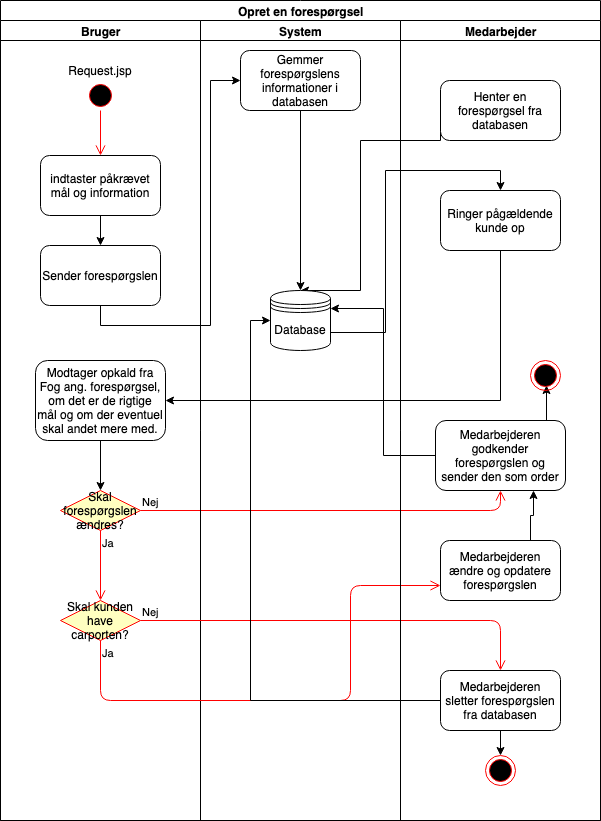
Above: Analyser/Navigationsdiagram/Forespørgsel.png in asgerhs/FogProject (draw.io), before the change. Source tidied: cells renumbered, new cells last; positions are measured from the earlier drawing's top-left corner, leaving out a move shared by most shapes.
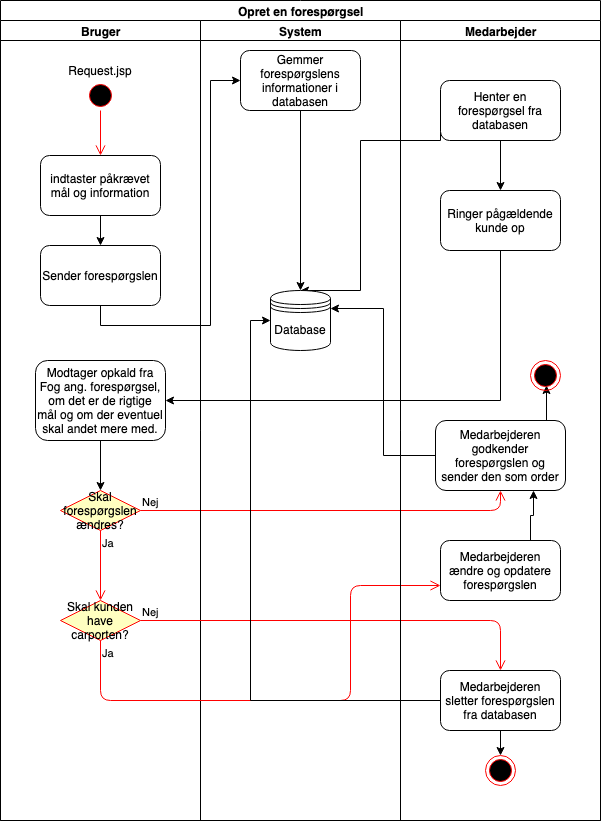
Later version of the same file.

Change to the diagram source:
```diff
@@ -43,9 +43,6 @@
         </Array>
       </mxGeometry>
     </mxCell>
-    <mxCell id="13" style="edgeStyle=orthogonalEdgeStyle;rounded=0;jettySize=auto;html=1;exitX=1;exitY=0.7;exitDx=0;exitDy=0;entryX=0.5;entryY=0;entryDx=0;entryDy=0;" parent="2" edge="1" source="20" target="26">
-      <mxGeometry relative="1" as="geometry" />
-    </mxCell>
     <mxCell id="14" style="edgeStyle=orthogonalEdgeStyle;rounded=0;jettySize=auto;html=1;exitX=0.5;exitY=1;exitDx=0;exitDy=0;entryX=1;entryY=0.5;entryDx=0;entryDy=0;" parent="2" edge="1" source="26" target="8">
       <mxGeometry relative="1" as="geometry" />
     </mxCell>
@@ -86,6 +83,9 @@
     <mxCell id="24" value="Medarbejder" style="swimlane;html=1;startSize=20;" parent="2" vertex="1">
       <mxGeometry x="400" y="20" width="200" height="800" as="geometry" />
     </mxCell>
+    <mxCell id="39" style="edgeStyle=orthogonalEdgeStyle;rounded=0;jettySize=auto;html=1;exitX=0.5;exitY=1;exitDx=0;exitDy=0;" parent="24" edge="1" source="25" target="26">
+      <mxGeometry relative="1" as="geometry" />
+    </mxCell>
     <mxCell id="25" value="Henter en forespørgsel fra databasen" style="rounded=1;whiteSpace=wrap;html=1;" parent="24" vertex="1">
       <mxGeometry x="40" y="60" width="120" height="60" as="geometry" />
     </mxCell>
```
